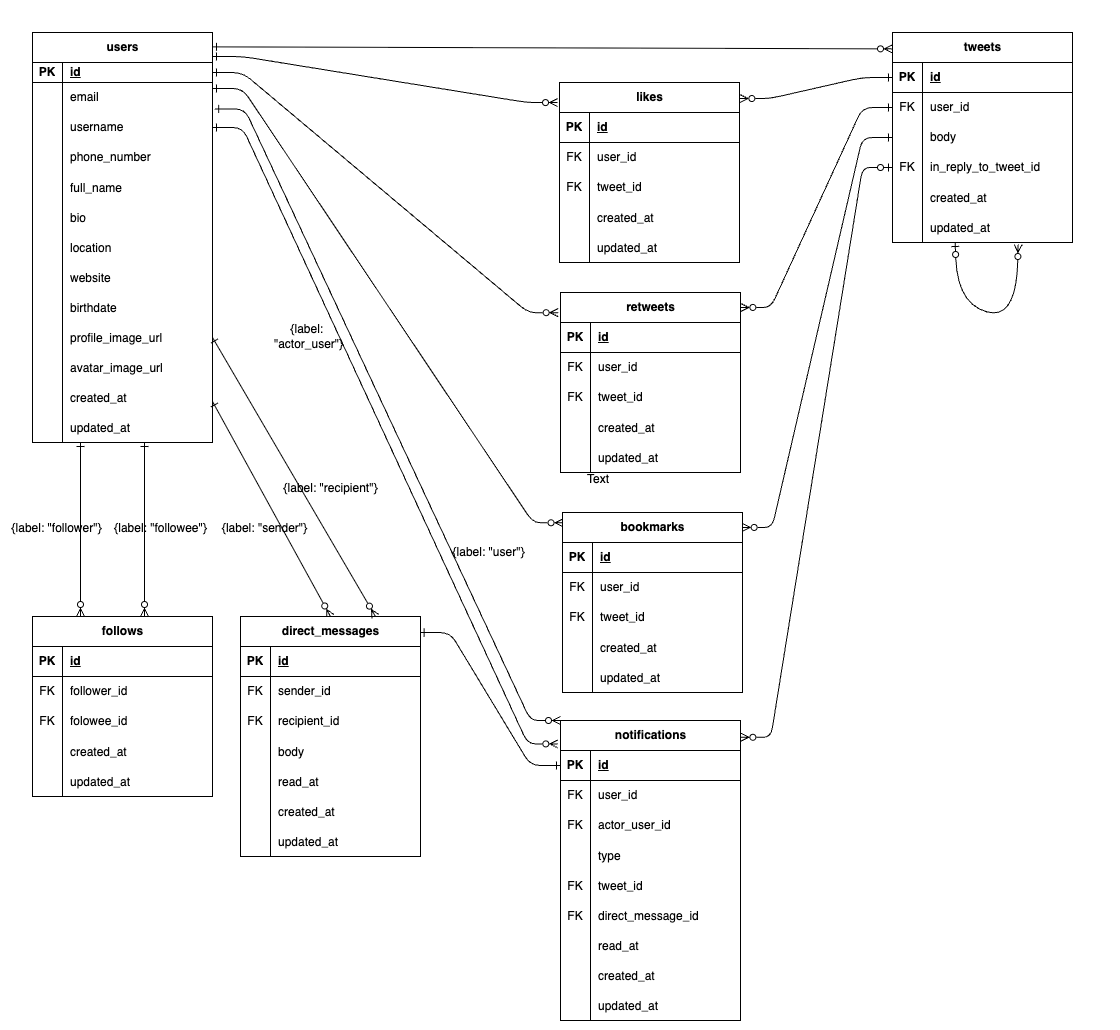
This is twitter_erd/twitter_erd.png from ngimixin/hc_practice, a draw.io export, as it was before one commit. Source tidied: cells renumbered, new cells last; positions are measured from the earlier drawing's top-left corner, leaving out a move shared by most shapes.
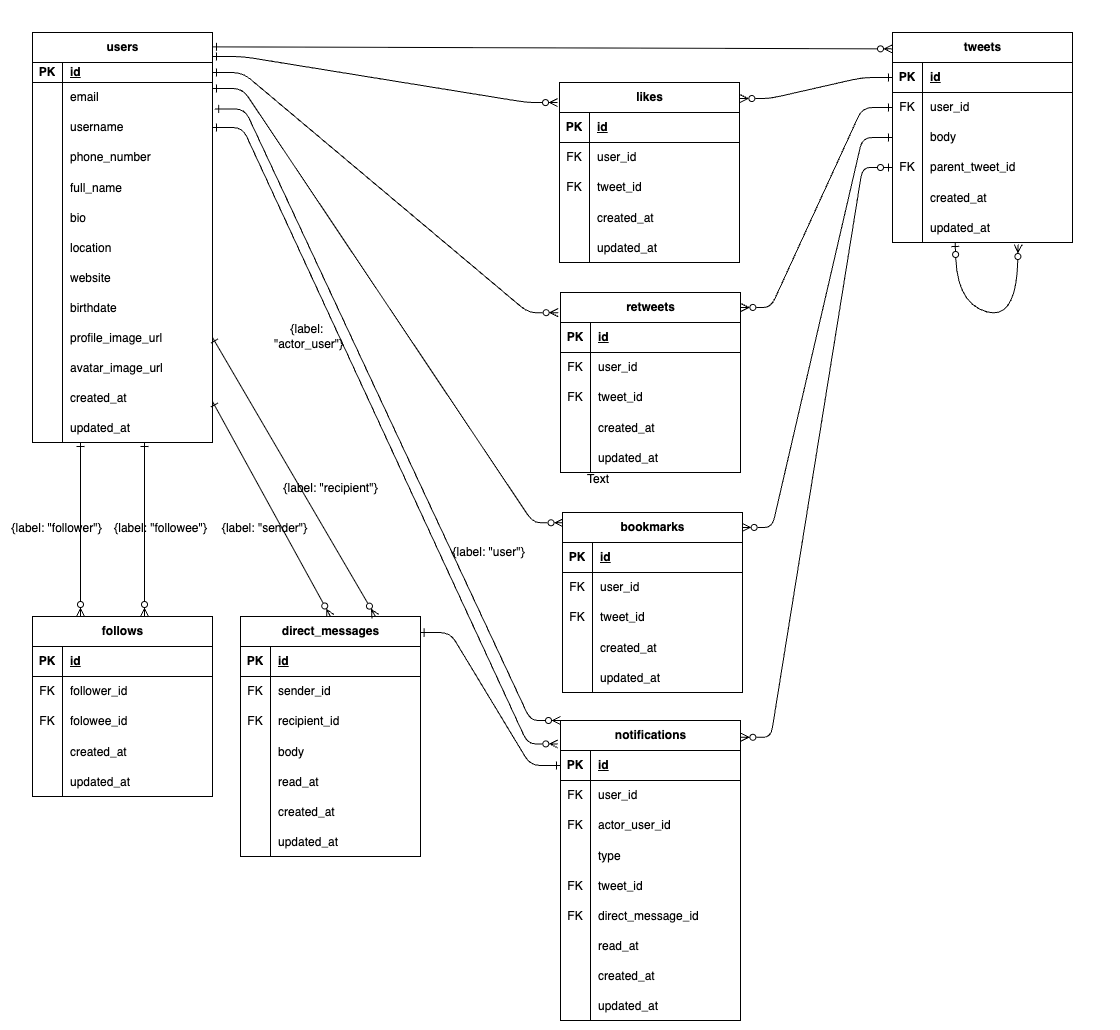
The same file after the commit.

Commit message:
rename(tweets): in_reply_to_tweet_id を parent_tweet_id に変更（親ツイート参照を明確化）

What changed in the source:
```diff
@@ -167,7 +167,7 @@
     <mxCell id="55" value="FK" style="shape=partialRectangle;fillColor=none;top=0;left=0;bottom=0;right=0;overflow=hidden;whiteSpace=wrap;html=1;" parent="54" vertex="1">
       <mxGeometry width="30" height="30" as="geometry" />
     </mxCell>
-    <mxCell id="56" value="in_reply_to_tweet_id" style="shape=partialRectangle;fillColor=none;top=0;left=0;bottom=0;right=0;align=left;spacingLeft=6;overflow=hidden;whiteSpace=wrap;html=1;" parent="54" vertex="1">
+    <mxCell id="56" value="parent_tweet_id" style="shape=partialRectangle;fillColor=none;top=0;left=0;bottom=0;right=0;align=left;spacingLeft=6;overflow=hidden;whiteSpace=wrap;html=1;" parent="54" vertex="1">
       <mxGeometry x="30" width="150" height="30" as="geometry" />
     </mxCell>
     <mxCell id="57" style="shape=tableRow;horizontal=0;startSize=0;swimlaneHead=0;swimlaneBody=0;fillColor=none;top=0;left=0;right=0;bottom=0;" parent="44" vertex="1">
```
